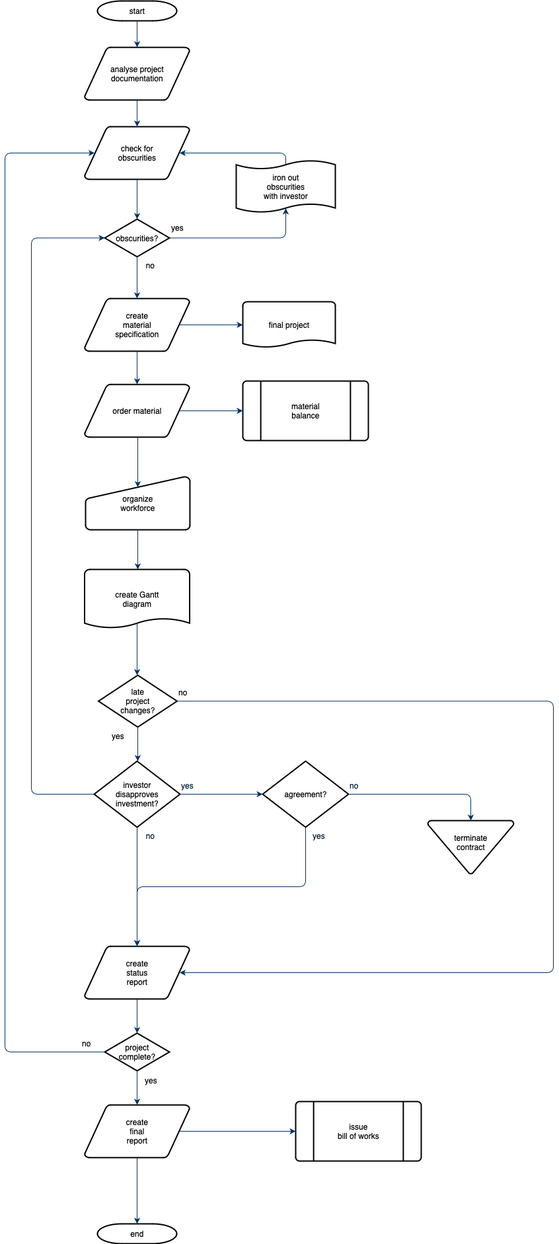
TsaiMandy9112/Artificial-Intelligence keeps this draw.io diagram as 畢業專題系統架構圖.png. Above is the earlier version. Source tidied: cells renumbered, new cells last; positions are measured from the earlier drawing's top-left corner, leaving out a move shared by most shapes. Its diagram source:
```xml
<mxGraphModel>
  <root>
    <mxCell id="0" />
    <mxCell id="1" parent="0" />
    <mxCell id="2" value="start" style="shape=mxgraph.flowchart.terminator;strokeWidth=2;gradientColor=none;gradientDirection=north;fontStyle=0;html=1;" parent="1" vertex="1">
      <mxGeometry x="140" width="120" height="30" as="geometry" />
    </mxCell>
    <mxCell id="3" value="analyse project&#10; documentation" style="shape=mxgraph.flowchart.data;strokeWidth=2;gradientColor=none;gradientDirection=north;fontStyle=0;html=1;" parent="1" vertex="1">
      <mxGeometry x="120.5" y="70" width="159" height="80" as="geometry" />
    </mxCell>
    <mxCell id="4" value="create&#10;material&#10;specification" style="shape=mxgraph.flowchart.data;strokeWidth=2;gradientColor=none;gradientDirection=north;fontStyle=0;html=1;" parent="1" vertex="1">
      <mxGeometry x="120.5" y="450" width="159" height="80" as="geometry" />
    </mxCell>
    <mxCell id="5" value="check for&#10;obscurities" style="shape=mxgraph.flowchart.data;strokeWidth=2;gradientColor=none;gradientDirection=north;fontStyle=0;html=1;" parent="1" vertex="1">
      <mxGeometry x="120.5" y="190" width="159" height="80" as="geometry" />
    </mxCell>
    <mxCell id="6" value="obscurities?" style="shape=mxgraph.flowchart.decision;strokeWidth=2;gradientColor=none;gradientDirection=north;fontStyle=0;html=1;" parent="1" vertex="1">
      <mxGeometry x="151" y="330" width="98" height="57" as="geometry" />
    </mxCell>
    <mxCell id="7" style="fontStyle=1;strokeColor=#003366;strokeWidth=1;html=1;" parent="1" edge="1" source="2" target="3">
      <mxGeometry relative="1" as="geometry" />
    </mxCell>
    <mxCell id="8" style="fontStyle=1;strokeColor=#003366;strokeWidth=1;html=1;" parent="1" edge="1" source="3" target="5">
      <mxGeometry relative="1" as="geometry" />
    </mxCell>
    <mxCell id="9" style="entryX=0.5;entryY=0;entryPerimeter=0;fontStyle=1;strokeColor=#003366;strokeWidth=1;html=1;" parent="1" edge="1" source="5" target="6">
      <mxGeometry relative="1" as="geometry" />
    </mxCell>
    <mxCell id="10" style="edgeStyle=elbowEdgeStyle;elbow=horizontal;entryX=0.5;entryY=0.91;entryPerimeter=0;exitX=1;exitY=0.5;exitPerimeter=0;fontStyle=1;strokeColor=#003366;strokeWidth=1;html=1;" parent="1" edge="1" source="6" target="51">
      <mxGeometry x="381" y="28.5" as="geometry">
        <Array as="points">
          <mxPoint x="425" y="340" />
        </Array>
      </mxGeometry>
    </mxCell>
    <mxCell id="11" value="yes" style="text;fontStyle=0;html=1;strokeColor=none;gradientColor=none;fillColor=none;strokeWidth=2;" parent="1" vertex="1">
      <mxGeometry x="250" y="330" width="40" height="26" as="geometry" />
    </mxCell>
    <mxCell id="12" style="edgeStyle=elbowEdgeStyle;elbow=horizontal;fontColor=#001933;fontStyle=1;strokeColor=#003366;strokeWidth=1;html=1;" parent="1" edge="1" source="6" target="4">
      <mxGeometry as="geometry" />
    </mxCell>
    <mxCell id="13" value="order material" style="shape=mxgraph.flowchart.data;strokeWidth=2;gradientColor=none;gradientDirection=north;fontStyle=0;html=1;" parent="1" vertex="1">
      <mxGeometry x="120.5" y="580" width="159" height="80" as="geometry" />
    </mxCell>
    <mxCell id="14" value="no" style="text;fontStyle=0;html=1;strokeColor=none;gradientColor=none;fillColor=none;strokeWidth=2;align=center;" parent="1" vertex="1">
      <mxGeometry x="200" y="387" width="40" height="26" as="geometry" />
    </mxCell>
    <mxCell id="15" value="final project" style="shape=mxgraph.flowchart.document;strokeWidth=2;gradientColor=none;gradientDirection=north;fontStyle=0;html=1;" parent="1" vertex="1">
      <mxGeometry x="360" y="455" width="140" height="70" as="geometry" />
    </mxCell>
    <mxCell id="16" style="edgeStyle=elbowEdgeStyle;elbow=horizontal;exitX=0.905;exitY=0.5;exitPerimeter=0;fontStyle=1;strokeColor=#003366;strokeWidth=1;html=1;" parent="1" edge="1" source="4" target="15">
      <mxGeometry as="geometry" />
    </mxCell>
    <mxCell id="17" style="edgeStyle=elbowEdgeStyle;elbow=horizontal;fontStyle=1;strokeColor=#003366;strokeWidth=1;html=1;" parent="1" edge="1" source="4" target="13">
      <mxGeometry as="geometry" />
    </mxCell>
    <mxCell id="18" value="material&#10;balance" style="shape=mxgraph.flowchart.predefined_process;strokeWidth=2;gradientColor=none;gradientDirection=north;fontStyle=0;html=1;" parent="1" vertex="1">
      <mxGeometry x="360" y="575" width="190" height="90" as="geometry" />
    </mxCell>
    <mxCell id="19" style="edgeStyle=elbowEdgeStyle;elbow=horizontal;exitX=0.905;exitY=0.5;exitPerimeter=0;fontStyle=1;strokeColor=#003366;strokeWidth=1;html=1;" parent="1" edge="1" source="13" target="18">
      <mxGeometry as="geometry" />
    </mxCell>
    <mxCell id="20" value="organize &#10;workforce" style="shape=mxgraph.flowchart.manual_input;strokeWidth=2;gradientColor=none;gradientDirection=north;fontStyle=0;html=1;" parent="1" vertex="1">
      <mxGeometry x="122" y="720" width="158" height="80" as="geometry" />
    </mxCell>
    <mxCell id="21" style="edgeStyle=elbowEdgeStyle;elbow=horizontal;entryX=0.5;entryY=0.195;entryPerimeter=0;fontStyle=1;strokeColor=#003366;strokeWidth=1;html=1;" parent="1" edge="1" source="13" target="20">
      <mxGeometry as="geometry" />
    </mxCell>
    <mxCell id="22" value="create Gantt&#10;diagram" style="shape=mxgraph.flowchart.document;strokeWidth=2;gradientColor=none;gradientDirection=north;fontStyle=0;html=1;" parent="1" vertex="1">
      <mxGeometry x="120.5" y="860" width="159" height="90" as="geometry" />
    </mxCell>
    <mxCell id="23" style="edgeStyle=elbowEdgeStyle;elbow=horizontal;exitX=0.5;exitY=1;exitPerimeter=0;fontStyle=1;strokeColor=#003366;strokeWidth=1;html=1;" parent="1" edge="1" source="20" target="22">
      <mxGeometry as="geometry" />
    </mxCell>
    <mxCell id="24" value="late&#10;project&#10;changes?" style="shape=mxgraph.flowchart.decision;strokeWidth=2;gradientColor=none;gradientDirection=north;fontStyle=0;html=1;" parent="1" vertex="1">
      <mxGeometry x="141.5" y="1020" width="119" height="78.5" as="geometry" />
    </mxCell>
    <mxCell id="25" style="edgeStyle=elbowEdgeStyle;elbow=horizontal;exitX=0.5;exitY=0.9;exitPerimeter=0;fontStyle=1;strokeColor=#003366;strokeWidth=1;html=1;" parent="1" edge="1" source="22" target="24">
      <mxGeometry as="geometry" />
    </mxCell>
    <mxCell id="26" style="edgeStyle=elbowEdgeStyle;elbow=horizontal;exitX=0;exitY=0.5;exitPerimeter=0;entryX=0;entryY=0.5;entryPerimeter=0;fontStyle=1;strokeColor=#003366;strokeWidth=1;html=1;" parent="1" edge="1" source="28" target="6">
      <mxGeometry as="geometry">
        <Array as="points">
          <mxPoint x="40" y="790" />
        </Array>
      </mxGeometry>
    </mxCell>
    <mxCell id="27" value="yes" style="text;fontStyle=0;html=1;strokeColor=none;gradientColor=none;fillColor=none;strokeWidth=2;" parent="1" vertex="1">
      <mxGeometry x="160" y="1098.5" width="40" height="26" as="geometry" />
    </mxCell>
    <mxCell id="28" value="investor&#10;disapproves&#10; investment?" style="shape=mxgraph.flowchart.decision;strokeWidth=2;gradientColor=none;gradientDirection=north;fontStyle=0;html=1;" parent="1" vertex="1">
      <mxGeometry x="135" y="1150" width="130" height="100" as="geometry" />
    </mxCell>
    <mxCell id="29" value="agreement?" style="shape=mxgraph.flowchart.decision;strokeWidth=2;gradientColor=none;gradientDirection=north;fontStyle=0;html=1;" parent="1" vertex="1">
      <mxGeometry x="390" y="1150" width="130" height="100" as="geometry" />
    </mxCell>
    <mxCell id="30" style="edgeStyle=elbowEdgeStyle;elbow=horizontal;exitX=0.5;exitY=1;exitPerimeter=0;fontStyle=1;strokeColor=#003366;strokeWidth=1;html=1;" parent="1" edge="1" source="24" target="28">
      <mxGeometry as="geometry" />
    </mxCell>
    <mxCell id="31" style="edgeStyle=elbowEdgeStyle;elbow=horizontal;exitX=1;exitY=0.5;exitPerimeter=0;entryX=0;entryY=0.5;entryPerimeter=0;fontStyle=1;strokeColor=#003366;strokeWidth=1;html=1;" parent="1" edge="1" source="28" target="29">
      <mxGeometry as="geometry" />
    </mxCell>
    <mxCell id="32" value="terminate&#10;contract&#10;" style="shape=mxgraph.flowchart.merge_or_storage;strokeWidth=2;gradientColor=none;gradientDirection=north;fontStyle=0;html=1;" parent="1" vertex="1">
      <mxGeometry x="640" y="1240" width="130" height="80.5" as="geometry" />
    </mxCell>
    <mxCell id="33" style="edgeStyle=elbowEdgeStyle;elbow=vertical;exitX=1;exitY=0.5;exitPerimeter=0;entryX=0.5;entryY=0;entryPerimeter=0;fontStyle=1;strokeColor=#003366;strokeWidth=1;html=1;" parent="1" edge="1" source="29" target="32">
      <mxGeometry as="geometry">
        <Array as="points">
          <mxPoint x="620" y="1200" />
        </Array>
      </mxGeometry>
    </mxCell>
    <mxCell id="34" value="create&#10;status&#10;report" style="shape=mxgraph.flowchart.data;strokeWidth=2;gradientColor=none;gradientDirection=north;fontStyle=0;html=1;" parent="1" vertex="1">
      <mxGeometry x="120.5" y="1430" width="159" height="80" as="geometry" />
    </mxCell>
    <mxCell id="35" style="edgeStyle=elbowEdgeStyle;elbow=vertical;exitX=0.5;exitY=1;exitPerimeter=0;fontColor=#001933;fontStyle=1;strokeColor=#003366;strokeWidth=1;html=1;" parent="1" edge="1" source="28" target="34">
      <mxGeometry as="geometry" />
    </mxCell>
    <mxCell id="36" style="edgeStyle=elbowEdgeStyle;elbow=vertical;exitX=0.5;exitY=1;exitPerimeter=0;entryX=0.5;entryY=0;entryPerimeter=0;fontStyle=1;strokeColor=#003366;strokeWidth=1;html=1;" parent="1" edge="1" source="29" target="34">
      <mxGeometry as="geometry" />
    </mxCell>
    <mxCell id="37" value="project&#10;complete?" style="shape=mxgraph.flowchart.decision;strokeWidth=2;gradientColor=none;gradientDirection=north;fontStyle=0;html=1;" parent="1" vertex="1">
      <mxGeometry x="151" y="1561.5" width="98" height="57" as="geometry" />
    </mxCell>
    <mxCell id="38" value="create&#10;final&#10;report" style="shape=mxgraph.flowchart.data;strokeWidth=2;gradientColor=none;gradientDirection=north;fontStyle=0;html=1;" parent="1" vertex="1">
      <mxGeometry x="120.5" y="1670" width="159" height="80" as="geometry" />
    </mxCell>
    <mxCell id="39" value="issue&#10;bill of works" style="shape=mxgraph.flowchart.predefined_process;strokeWidth=2;gradientColor=none;gradientDirection=north;fontStyle=0;html=1;" parent="1" vertex="1">
      <mxGeometry x="440" y="1665" width="190" height="90" as="geometry" />
    </mxCell>
    <mxCell id="40" value="end" style="shape=mxgraph.flowchart.terminator;strokeWidth=2;gradientColor=none;gradientDirection=north;fontStyle=0;html=1;" parent="1" vertex="1">
      <mxGeometry x="140" y="1850" width="120" height="30" as="geometry" />
    </mxCell>
    <mxCell id="41" style="edgeStyle=elbowEdgeStyle;elbow=vertical;exitX=0.5;exitY=1;exitPerimeter=0;entryX=0.5;entryY=0;entryPerimeter=0;fontStyle=1;strokeColor=#003366;strokeWidth=1;html=1;" parent="1" edge="1" source="34" target="37">
      <mxGeometry as="geometry" />
    </mxCell>
    <mxCell id="42" style="edgeStyle=elbowEdgeStyle;elbow=vertical;exitX=0.5;exitY=1;exitPerimeter=0;entryX=0.5;entryY=0;entryPerimeter=0;fontStyle=1;strokeColor=#003366;strokeWidth=1;html=1;" parent="1" edge="1" source="37" target="38">
      <mxGeometry as="geometry" />
    </mxCell>
    <mxCell id="43" style="edgeStyle=elbowEdgeStyle;elbow=vertical;exitX=0.5;exitY=1;exitPerimeter=0;entryX=0.5;entryY=0;entryPerimeter=0;fontStyle=1;strokeColor=#003366;strokeWidth=1;html=1;" parent="1" edge="1" source="38" target="40">
      <mxGeometry as="geometry" />
    </mxCell>
    <mxCell id="44" style="edgeStyle=elbowEdgeStyle;elbow=vertical;exitX=0.905;exitY=0.5;exitPerimeter=0;entryX=0;entryY=0.5;entryPerimeter=0;fontStyle=1;strokeColor=#003366;strokeWidth=1;html=1;" parent="1" edge="1" source="38" target="39">
      <mxGeometry as="geometry" />
    </mxCell>
    <mxCell id="45" style="edgeStyle=elbowEdgeStyle;elbow=horizontal;exitX=1;exitY=0.5;exitPerimeter=0;entryX=0.905;entryY=0.5;entryPerimeter=0;fontStyle=1;strokeColor=#003366;strokeWidth=1;html=1;" parent="1" edge="1" source="24" target="34">
      <mxGeometry as="geometry">
        <Array as="points">
          <mxPoint x="830" y="1260" />
        </Array>
      </mxGeometry>
    </mxCell>
    <mxCell id="46" value="no" style="text;fontStyle=0;html=1;strokeColor=none;gradientColor=none;fillColor=none;strokeWidth=2;" parent="1" vertex="1">
      <mxGeometry x="260.5" y="1033.2" width="40" height="26" as="geometry" />
    </mxCell>
    <mxCell id="47" value="yes" style="text;fontColor=#001933;fontStyle=0;html=1;strokeColor=none;gradientColor=none;fillColor=none;strokeWidth=2;" parent="1" vertex="1">
      <mxGeometry x="265" y="1174" width="40" height="26" as="geometry" />
    </mxCell>
    <mxCell id="48" value="no" style="text;fontColor=#001933;fontStyle=0;html=1;strokeColor=none;gradientColor=none;fillColor=none;strokeWidth=2;align=center;" parent="1" vertex="1">
      <mxGeometry x="200" y="1250" width="40" height="26" as="geometry" />
    </mxCell>
    <mxCell id="49" value="yes" style="text;fontColor=#001933;fontStyle=0;html=1;strokeColor=none;gradientColor=none;fillColor=none;strokeWidth=2;align=center;" parent="1" vertex="1">
      <mxGeometry x="455" y="1250" width="40" height="26" as="geometry" />
    </mxCell>
    <mxCell id="50" value="no" style="text;fontColor=#001933;fontStyle=0;html=1;strokeColor=none;gradientColor=none;fillColor=none;strokeWidth=2;" parent="1" vertex="1">
      <mxGeometry x="520" y="1174" width="40" height="26" as="geometry" />
    </mxCell>
    <mxCell id="51" value="iron out&#10;obscurities &#10;with investor" style="shape=mxgraph.flowchart.paper_tape;strokeWidth=2;gradientColor=none;gradientDirection=north;fontStyle=0;html=1;" parent="1" vertex="1">
      <mxGeometry x="350" y="240" width="150" height="81" as="geometry" />
    </mxCell>
    <mxCell id="52" style="edgeStyle=elbowEdgeStyle;elbow=horizontal;exitX=0.5;exitY=0.09;exitPerimeter=0;entryX=0.905;entryY=0.5;entryPerimeter=0;fontStyle=1;strokeColor=#003366;strokeWidth=1;html=1;" parent="1" edge="1" source="51" target="5">
      <mxGeometry as="geometry">
        <Array as="points">
          <mxPoint x="425" y="240" />
        </Array>
      </mxGeometry>
    </mxCell>
    <mxCell id="53" value="yes" style="text;fontStyle=0;html=1;strokeColor=none;gradientColor=none;fillColor=none;strokeWidth=2;align=center;" parent="1" vertex="1">
      <mxGeometry x="201" y="1620" width="40" height="26" as="geometry" />
    </mxCell>
    <mxCell id="54" style="edgeStyle=elbowEdgeStyle;elbow=horizontal;exitX=0;exitY=0.5;exitPerimeter=0;entryX=0.095;entryY=0.5;entryPerimeter=0;fontStyle=1;strokeColor=#003366;strokeWidth=1;html=1;" parent="1" edge="1" source="37" target="5">
      <mxGeometry as="geometry">
        <Array as="points">
          <mxPoint y="910" />
        </Array>
      </mxGeometry>
    </mxCell>
    <mxCell id="55" value="no" style="text;fontStyle=0;html=1;strokeColor=none;gradientColor=none;fillColor=none;strokeWidth=2;" parent="1" vertex="1">
      <mxGeometry x="115" y="1564" width="40" height="26" as="geometry" />
    </mxCell>
  </root>
</mxGraphModel>
```
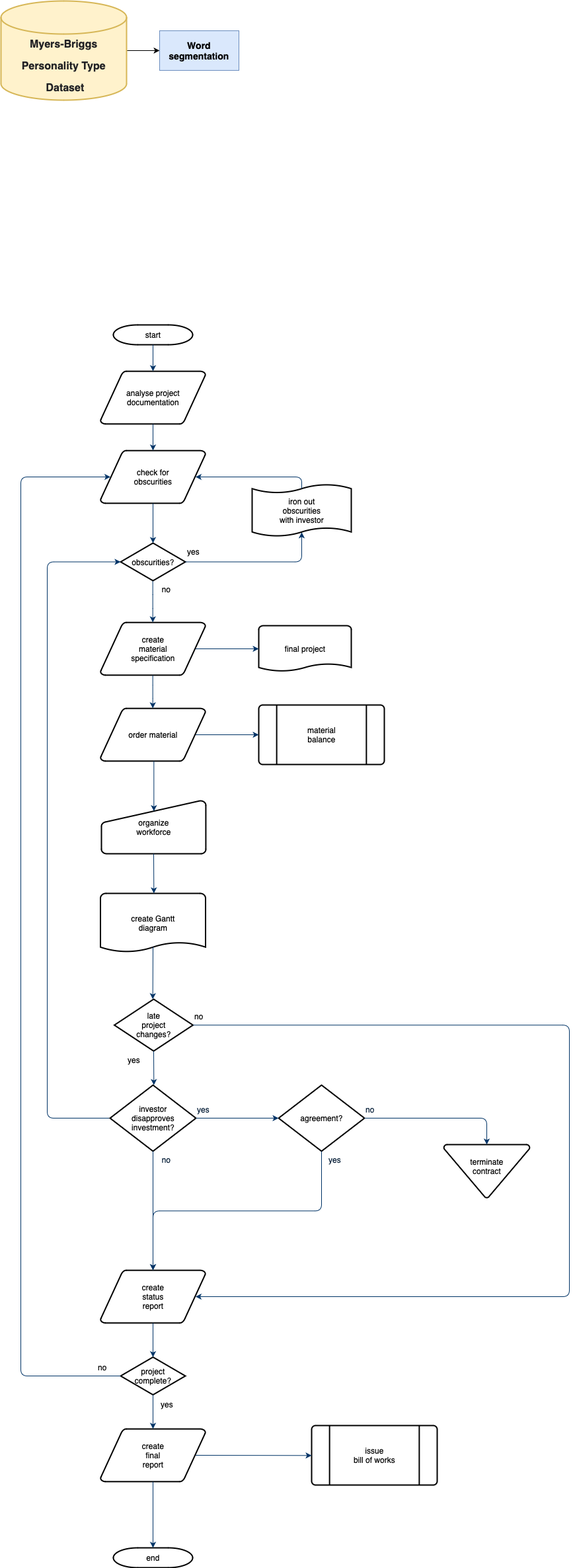
The same diagram one commit later.

Commit message:
更新畢業專題系統架構圖.png

The edit, as a diff of the source:
```diff
@@ -188,5 +188,17 @@
     <mxCell id="55" value="no" style="text;fontStyle=0;html=1;strokeColor=none;gradientColor=none;fillColor=none;strokeWidth=2;" parent="1" vertex="1">
       <mxGeometry x="115" y="1564" width="40" height="26" as="geometry" />
     </mxCell>
+    <mxCell id="56" style="edgeStyle=orthogonalEdgeStyle;rounded=0;jettySize=auto;html=1;exitX=1;exitY=0.5;exitDx=0;exitDy=0;exitPerimeter=0;entryX=0;entryY=0.5;entryDx=0;entryDy=0;" parent="1" edge="1" source="57" target="59">
+      <mxGeometry relative="1" as="geometry" />
+    </mxCell>
+    <mxCell id="57" style="strokeWidth=2;html=1;shape=mxgraph.flowchart.database;whiteSpace=wrap;fillColor=#fff2cc;strokeColor=#d6b656;" parent="1" vertex="1">
+      <mxGeometry x="-30" y="-490" width="190" height="150" as="geometry" />
+    </mxCell>
+    <mxCell id="58" value="&lt;h1 class=&quot;sc-jCbFiK sc-eTdEpr jzEmlt hcmLJy&quot; style=&quot;border: 0px; font-family: zeitung, sans-serif; font-variant-ligatures: inherit; font-variant-alternates: inherit; font-variant-numeric: inherit; font-variant-east-asian: inherit; font-variant-position: inherit; margin: 0px 0px 16px; padding: 0px; vertical-align: baseline; color: rgb(32, 33, 36); line-height: 60%;&quot;&gt;&lt;font style=&quot;font-size: 16px;&quot;&gt;Myers-Briggs&amp;nbsp;&lt;/font&gt;&lt;/h1&gt;&lt;h1 class=&quot;sc-jCbFiK sc-eTdEpr jzEmlt hcmLJy&quot; style=&quot;border: 0px; font-family: zeitung, sans-serif; font-variant-ligatures: inherit; font-variant-alternates: inherit; font-variant-numeric: inherit; font-variant-east-asian: inherit; font-variant-position: inherit; margin: 0px 0px 16px; padding: 0px; vertical-align: baseline; color: rgb(32, 33, 36); line-height: 60%;&quot;&gt;&lt;span style=&quot;font-size: 16px;&quot;&gt;Personality Type&amp;nbsp;&lt;/span&gt;&lt;/h1&gt;&lt;h1 class=&quot;sc-jCbFiK sc-eTdEpr jzEmlt hcmLJy&quot; style=&quot;border: 0px; font-family: zeitung, sans-serif; font-variant-ligatures: inherit; font-variant-alternates: inherit; font-variant-numeric: inherit; font-variant-east-asian: inherit; font-variant-position: inherit; margin: 0px 0px 16px; padding: 0px; vertical-align: baseline; color: rgb(32, 33, 36); line-height: 60%;&quot;&gt;&lt;span style=&quot;font-size: 16px;&quot;&gt;Dataset&lt;/span&gt;&lt;/h1&gt;" style="text;html=1;align=center;verticalAlign=middle;whiteSpace=wrap;rounded=0;fontStyle=1;spacing=0;" parent="1" vertex="1">
+      <mxGeometry y="-420" width="135" height="70" as="geometry" />
+    </mxCell>
+    <mxCell id="59" value="&lt;font style=&quot;font-size: 14px;&quot;&gt;&lt;b&gt;Word segmentation&lt;/b&gt;&lt;/font&gt;" style="rounded=0;whiteSpace=wrap;html=1;fillColor=#dae8fc;strokeColor=#6c8ebf;" parent="1" vertex="1">
+      <mxGeometry x="210" y="-445" width="120" height="60" as="geometry" />
+    </mxCell>
   </root>
 </mxGraphModel>
```
